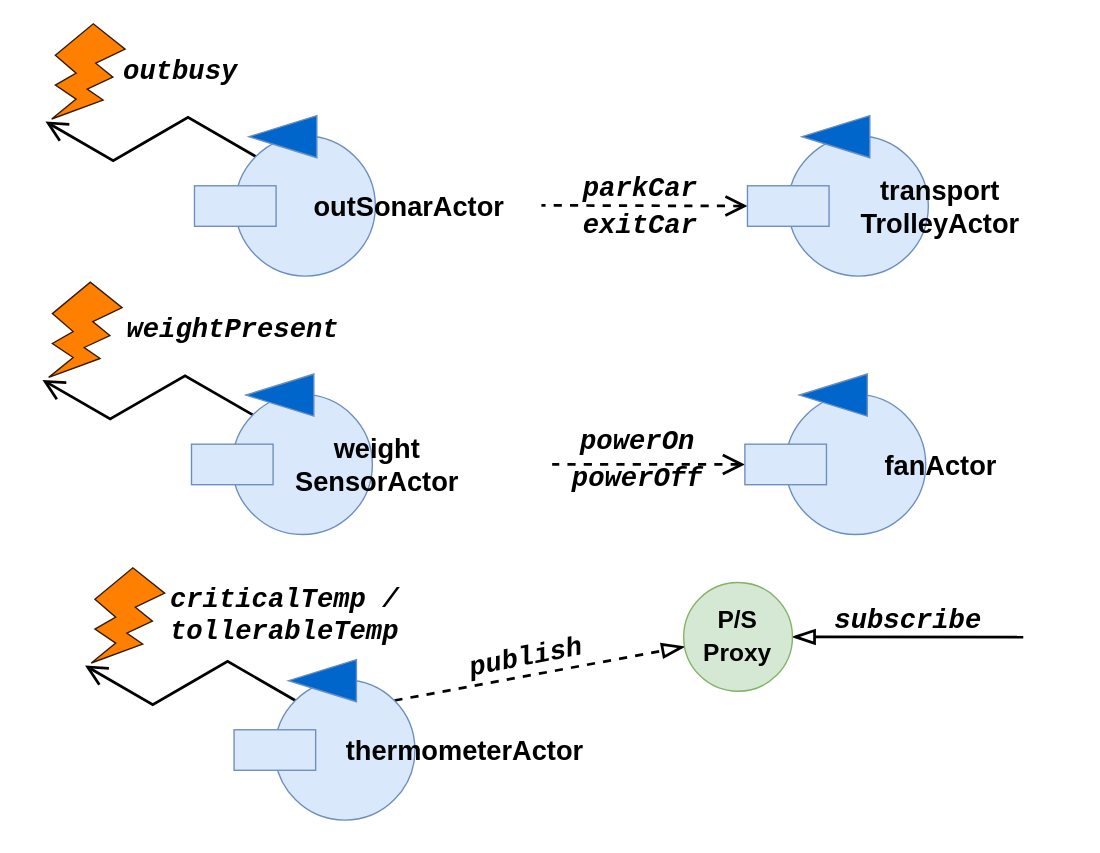
Before: userDocs/img/problem_analysis_entities.drawio in LM-96/ParkManagerService, a draw.io diagram. Source tidied: cells renumbered, new cells numbered last; positions are measured from the earlier drawing's top-left corner, leaving out a move shared by most shapes. Both pictures are drawn from the tidied source at 136%, with x=0, y=0 at pixel (48, 23).
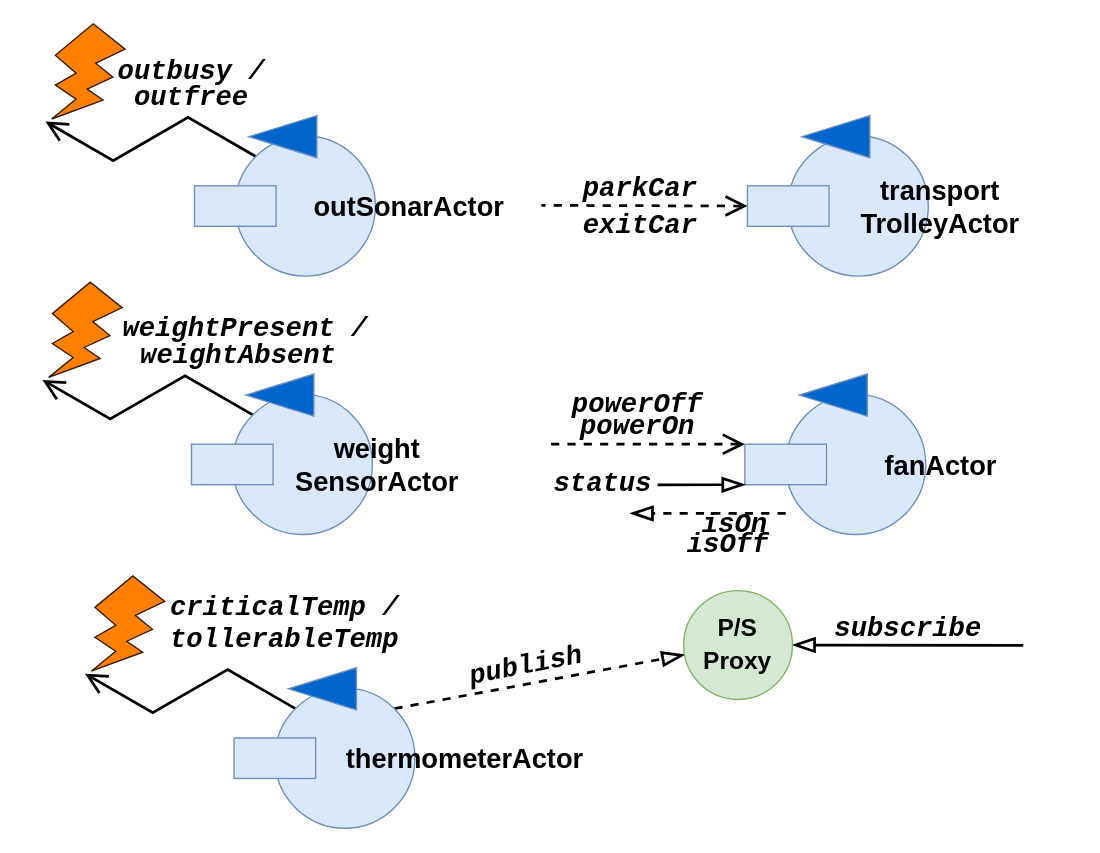
The same page after the edit.

Commit message (it also covers changes not shown here):
Updated html + entities diagram

Unchanged cells that the change refers to:
```xml
<mxCell id="27" style="rounded=0;whiteSpace=wrap;html=1;fillColor=#dae8fc;strokeColor=#6c8ebf;" parent="1" vertex="1">
  <mxGeometry x="512.2" y="309.1" width="60" height="29.8" as="geometry" />
</mxCell>
```

What changed in the source:
```diff
@@
-    <mxCell id="8" value="outbusy" style="text;html=1;strokeColor=none;fillColor=none;align=center;verticalAlign=middle;whiteSpace=wrap;rounded=0;fontStyle=3;fontFamily=Courier New;fontSize=20;labelBackgroundColor=none;labelBorderColor=none;" parent="1" vertex="1">
-      <mxGeometry x="32" y="21.5" width="131" height="27" as="geometry" />
+    <mxCell id="8" value="outbusy /" style="text;html=1;strokeColor=none;fillColor=none;align=center;verticalAlign=middle;whiteSpace=wrap;rounded=0;fontStyle=3;fontFamily=Courier New;fontSize=20;labelBackgroundColor=none;labelBorderColor=none;" parent="1" vertex="1">
+      <mxGeometry x="40" y="21.5" width="131" height="27" as="geometry" />
     </mxCell>
@@
     <mxCell id="11" style="ellipse;whiteSpace=wrap;html=1;fillColor=#dae8fc;fontStyle=1;fontFamily=Courier New;fontSize=20;strokeColor=#6c8ebf;" parent="1" vertex="1">
-      <mxGeometry x="166.6" y="482.5" width="103" height="103" as="geometry" />
+      <mxGeometry x="166.6" y="488.5" width="103" height="103" as="geometry" />
     </mxCell>
     <mxCell id="12" style="triangle;whiteSpace=wrap;html=1;rotation=-180;strokeColor=#6C8EBF;fillColor=#0066CC;" parent="1" vertex="1">
-      <mxGeometry x="176.6" y="467.5" width="50" height="31" as="geometry" />
+      <mxGeometry x="176.6" y="473.5" width="50" height="31" as="geometry" />
     </mxCell>
     <mxCell id="13" style="rounded=0;whiteSpace=wrap;html=1;fillColor=#dae8fc;strokeColor=#6c8ebf;" parent="1" vertex="1">
-      <mxGeometry x="136.6" y="519.1" width="60" height="29.8" as="geometry" />
+      <mxGeometry x="136.6" y="525.1" width="60" height="29.8" as="geometry" />
     </mxCell>
     <mxCell id="14" value="thermometerActor" style="text;html=1;strokeColor=none;fillColor=none;align=center;verticalAlign=middle;whiteSpace=wrap;rounded=0;fontSize=20;fontStyle=1;" parent="1" vertex="1">
-      <mxGeometry x="219.5" y="524" width="173" height="20" as="geometry" />
+      <mxGeometry x="219.5" y="530" width="173" height="20" as="geometry" />
     </mxCell>
     <mxCell id="15" style="verticalLabelPosition=bottom;verticalAlign=top;html=1;shape=mxgraph.basic.flash;rotation=0;direction=east;fillColor=#FF8000;strokeColor=#331A00;" parent="1" vertex="1">
-      <mxGeometry x="31.6" y="400" width="54" height="70" as="geometry" />
+      <mxGeometry x="31.6" y="406" width="54" height="70" as="geometry" />
     </mxCell>
     <mxCell id="16" value="criticalTemp /&lt;br&gt;tollerableTemp" style="text;html=1;strokeColor=none;fillColor=none;align=center;verticalAlign=middle;whiteSpace=wrap;rounded=0;fontStyle=3;fontFamily=Courier New;fontSize=20;labelBackgroundColor=none;labelBorderColor=none;" parent="1" vertex="1">
-      <mxGeometry x="77.7" y="410.8" width="191.9" height="48.5" as="geometry" />
+      <mxGeometry x="77.7" y="416.8" width="191.9" height="48.5" as="geometry" />
     </mxCell>
@@
-    <mxCell id="23" value="weightPresent" style="text;html=1;strokeColor=none;fillColor=none;align=center;verticalAlign=middle;whiteSpace=wrap;rounded=0;fontStyle=3;fontFamily=Courier New;fontSize=20;labelBackgroundColor=none;labelBorderColor=none;" parent="1" vertex="1">
-      <mxGeometry x="49.5" y="211.5" width="171.5" height="27" as="geometry" />
+    <mxCell id="23" value="weightPresent /" style="text;html=1;strokeColor=none;fillColor=none;align=center;verticalAlign=middle;whiteSpace=wrap;rounded=0;fontStyle=3;fontFamily=Courier New;fontSize=20;labelBackgroundColor=none;labelBorderColor=none;" parent="1" vertex="1">
+      <mxGeometry x="50" y="210" width="190" height="27" as="geometry" />
     </mxCell>
@@
-    <mxCell id="26" style="rounded=0;jettySize=auto;html=1;exitX=0;exitY=0.5;exitDx=0;exitDy=0;fontFamily=Courier New;fontSize=20;endArrow=none;endFill=0;endSize=12;strokeWidth=2;dashed=1;startArrow=open;startFill=0;startSize=12;" parent="1" edge="1" source="27">
-      <mxGeometry relative="1" as="geometry">
-        <mxPoint x="370.5" y="324" as="targetPoint" />
-      </mxGeometry>
+    <mxCell id="26" style="rounded=0;jettySize=auto;html=1;exitX=0;exitY=0;exitDx=0;exitDy=0;fontFamily=Courier New;fontSize=20;endArrow=none;endFill=0;endSize=12;strokeWidth=2;dashed=1;startArrow=open;startFill=0;startSize=12;entryX=0;entryY=1;entryDx=0;entryDy=0;" parent="1" edge="1" source="27" target="29">
+      <mxGeometry relative="1" as="geometry" />
     </mxCell>
@@
     <mxCell id="29" value="powerOn" style="text;html=1;strokeColor=none;fillColor=none;align=center;verticalAlign=middle;whiteSpace=wrap;rounded=0;fontStyle=3;fontFamily=Courier New;fontSize=20;labelBackgroundColor=none;labelBorderColor=none;" parent="1" vertex="1">
-      <mxGeometry x="368" y="293" width="131" height="27" as="geometry" />
+      <mxGeometry x="368" y="282.1" width="131" height="27" as="geometry" />
     </mxCell>
     <mxCell id="30" value="powerOff" style="text;html=1;strokeColor=none;fillColor=none;align=center;verticalAlign=middle;whiteSpace=wrap;rounded=0;fontStyle=3;fontFamily=Courier New;fontSize=20;labelBackgroundColor=none;labelBorderColor=none;" parent="1" vertex="1">
-      <mxGeometry x="368" y="320" width="131" height="27" as="geometry" />
+      <mxGeometry x="368" y="266" width="131" height="27" as="geometry" />
     </mxCell>
@@
     <mxCell id="38" style="edgeStyle=none;rounded=0;jettySize=auto;html=1;fontFamily=Courier New;fontSize=18;startArrow=blockThin;startFill=0;endArrow=none;endFill=0;startSize=12;endSize=12;strokeWidth=2;" parent="1" edge="1" source="39">
       <mxGeometry relative="1" as="geometry">
-        <mxPoint x="716.9" y="451" as="targetPoint" />
+        <mxPoint x="716.9" y="457" as="targetPoint" />
       </mxGeometry>
     </mxCell>
     <mxCell id="39" value="&lt;span style=&quot;color: rgb(0 , 0 , 0) ; font-family: &amp;#34;helvetica&amp;#34; ; font-size: 18px ; font-style: normal ; font-weight: 700 ; letter-spacing: normal ; text-align: center ; text-indent: 0px ; text-transform: none ; word-spacing: 0px ; display: inline ; float: none&quot;&gt;P/S&lt;/span&gt;&lt;br style=&quot;color: rgb(0 , 0 , 0) ; font-family: &amp;#34;helvetica&amp;#34; ; font-size: 18px ; font-style: normal ; font-weight: 700 ; letter-spacing: normal ; text-align: center ; text-indent: 0px ; text-transform: none ; word-spacing: 0px&quot;&gt;&lt;span style=&quot;color: rgb(0 , 0 , 0) ; font-family: &amp;#34;helvetica&amp;#34; ; font-size: 18px ; font-style: normal ; font-weight: 700 ; letter-spacing: normal ; text-align: center ; text-indent: 0px ; text-transform: none ; word-spacing: 0px ; display: inline ; float: none&quot;&gt;Proxy&lt;/span&gt;" style="ellipse;whiteSpace=wrap;html=1;labelBackgroundColor=none;fontFamily=Courier New;fontSize=20;strokeColor=#82b366;fillColor=#d5e8d4;" parent="1" vertex="1">
-      <mxGeometry x="467.2" y="410.8" width="80" height="80" as="geometry" />
+      <mxGeometry x="467.2" y="416.8" width="80" height="80" as="geometry" />
     </mxCell>
     <mxCell id="40" value="publish" style="text;html=1;strokeColor=none;fillColor=none;align=center;verticalAlign=middle;whiteSpace=wrap;rounded=0;fontStyle=3;fontFamily=Courier New;fontSize=20;labelBackgroundColor=none;labelBorderColor=none;rotation=349;" parent="1" vertex="1">
-      <mxGeometry x="285.7" y="452.5" width="131" height="27" as="geometry" />
+      <mxGeometry x="285.7" y="458.5" width="131" height="27" as="geometry" />
     </mxCell>
     <mxCell id="41" value="subscribe" style="text;html=1;strokeColor=none;fillColor=none;align=center;verticalAlign=middle;whiteSpace=wrap;rounded=0;fontStyle=3;fontFamily=Courier New;fontSize=20;labelBackgroundColor=none;labelBorderColor=none;" parent="1" vertex="1">
-      <mxGeometry x="566.5" y="425.5" width="131" height="27" as="geometry" />
+      <mxGeometry x="566.5" y="431.5" width="131" height="27" as="geometry" />
     </mxCell>
+    <mxCell id="42" value="outfree" style="text;html=1;strokeColor=none;fillColor=none;align=center;verticalAlign=middle;whiteSpace=wrap;rounded=0;fontStyle=3;fontFamily=Courier New;fontSize=20;labelBackgroundColor=none;labelBorderColor=none;" parent="1" vertex="1">
+      <mxGeometry x="40" y="40.5" width="131" height="27" as="geometry" />
+    </mxCell>
+    <mxCell id="43" value="weightAbsent" style="text;html=1;strokeColor=none;fillColor=none;align=center;verticalAlign=middle;whiteSpace=wrap;rounded=0;fontStyle=3;fontFamily=Courier New;fontSize=20;labelBackgroundColor=none;labelBorderColor=none;" parent="1" vertex="1">
+      <mxGeometry x="53.8" y="230" width="171.5" height="27" as="geometry" />
+    </mxCell>
+    <mxCell id="44" style="endArrow=blockThin;html=1;endFill=0;endSize=12;strokeWidth=2;entryX=0;entryY=1;entryDx=0;entryDy=0;" parent="1" edge="1" target="27">
+      <mxGeometry relative="1" as="geometry">
+        <mxPoint x="448" y="339" as="sourcePoint" />
+      </mxGeometry>
+    </mxCell>
+    <mxCell id="45" style="endArrow=blockThin;html=1;endFill=0;endSize=12;strokeWidth=2;dashed=1;" parent="1" edge="1">
+      <mxGeometry relative="1" as="geometry">
+        <mxPoint x="542.2" y="360" as="sourcePoint" />
+        <mxPoint x="428" y="360" as="targetPoint" />
+      </mxGeometry>
+    </mxCell>
+    <mxCell id="46" value="status" style="text;html=1;strokeColor=none;fillColor=none;align=center;verticalAlign=middle;whiteSpace=wrap;rounded=0;fontStyle=3;fontFamily=Courier New;fontSize=20;labelBackgroundColor=none;labelBorderColor=none;" parent="1" vertex="1">
+      <mxGeometry x="361.6" y="324" width="92.3" height="27" as="geometry" />
+    </mxCell>
+    <mxCell id="47" value="isOn" style="text;html=1;strokeColor=none;fillColor=none;align=center;verticalAlign=middle;whiteSpace=wrap;rounded=0;fontStyle=3;fontFamily=Courier New;fontSize=20;labelBackgroundColor=none;labelBorderColor=none;" parent="1" vertex="1">
+      <mxGeometry x="458.9" y="354.5" width="92.3" height="27" as="geometry" />
+    </mxCell>
+    <mxCell id="48" value="isOff" style="text;html=1;strokeColor=none;fillColor=none;align=center;verticalAlign=middle;whiteSpace=wrap;rounded=0;fontStyle=3;fontFamily=Courier New;fontSize=20;labelBackgroundColor=none;labelBorderColor=none;" parent="1" vertex="1">
+      <mxGeometry x="453.9" y="369" width="92.3" height="27" as="geometry" />
+    </mxCell>
```
